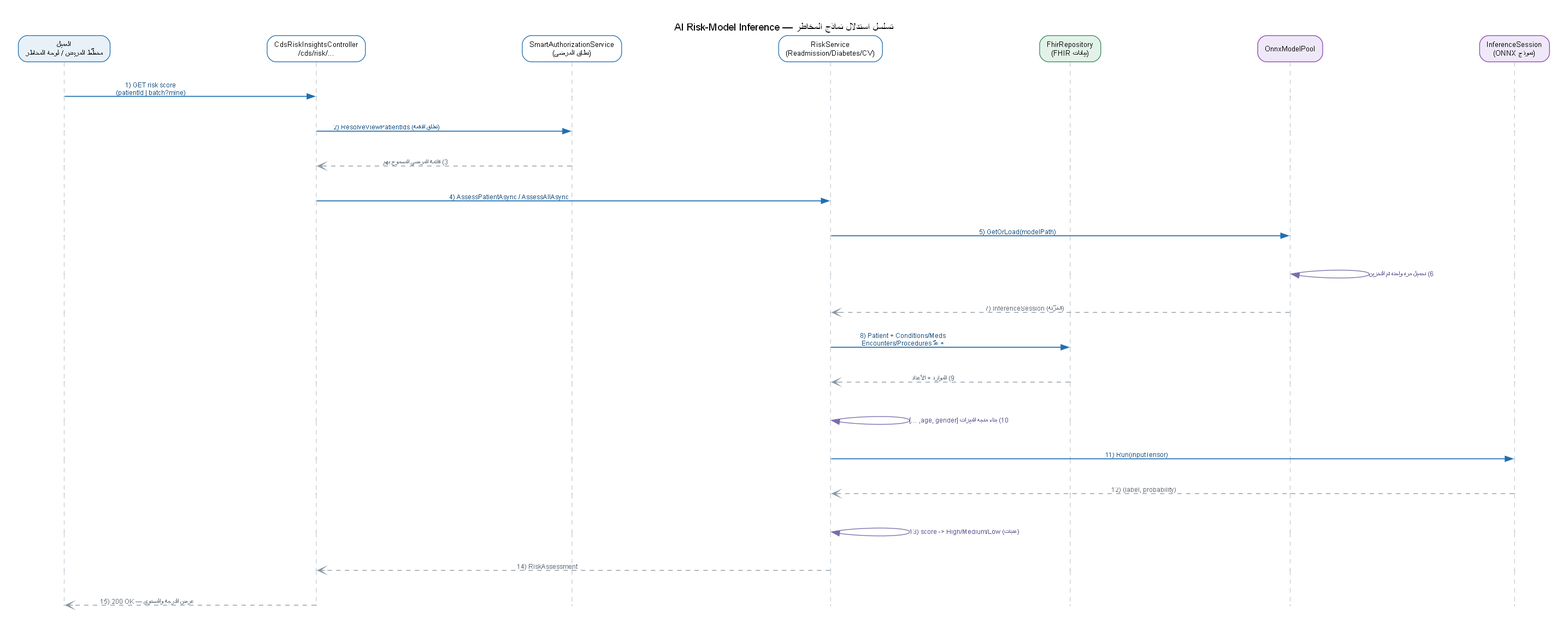
Before: docs/diagrams/seq-risk-inference.png, a diagram exported from Graphviz (Khair69/DMRS). Its source is kept beside it as docs/diagrams/seq-risk-inference.dot. Its diagram source:
```dot
digraph SEQ {
  rankdir=TB;
  graph [fontname="Arial", fontsize=14, labelloc="t", label="تسلسل استدلال نماذج المخاطر — AI Risk-Model Inference",
         pad=0.35, nodesep=1.5, ranksep=0.62, splines=line, forcelabels=true];
  edge [fontname="Arial", fontsize=9];
  node [fontname="Arial", fontsize=10];

  { rank=same;
    H_cli [shape=box, style="rounded,filled", fillcolor="#E8F1F8", color="#1F6FB2",
          fontcolor="black", margin="0.14,0.08", label="العميل\nمخطّط المريض / لوحة المخاطر"];
    H_ctl [shape=box, style="rounded,filled", fillcolor="#FFFFFF", color="#1F6FB2",
          fontcolor="black", margin="0.14,0.08", label="CdsRiskInsightsController\n/cds/risk/..."];
    H_auth [shape=box, style="rounded,filled", fillcolor="#FFFFFF", color="#1F6FB2",
          fontcolor="black", margin="0.14,0.08", label="SmartAuthorizationService\n(نطاق المرضى)"];
    H_svc [shape=box, style="rounded,filled", fillcolor="#FFFFFF", color="#1F6FB2",
          fontcolor="black", margin="0.14,0.08", label="RiskService\n(Readmission/Diabetes/CV)"];
    H_fhir [shape=box, style="rounded,filled", fillcolor="#E3F2E9", color="#2E8B57",
          fontcolor="black", margin="0.14,0.08", label="FhirRepository\n(بيانات FHIR)"];
    H_pool [shape=box, style="rounded,filled", fillcolor="#EFE8F8", color="#8E44AD",
          fontcolor="black", margin="0.14,0.08", label="OnnxModelPool"];
    H_onnx [shape=box, style="rounded,filled", fillcolor="#EFE8F8", color="#8E44AD",
          fontcolor="black", margin="0.14,0.08", label="InferenceSession\n(نموذج ONNX)"];
  }
  H_cli -> H_ctl -> H_auth -> H_svc -> H_fhir -> H_pool -> H_onnx [style=invis, weight=50];

  node [shape=point, width=0.012, color="#B9C4CC"];
  { rank=same; cli_1 ctl_1 auth_1 svc_1 fhir_1 pool_1 onnx_1 }
  { rank=same; cli_2 ctl_2 auth_2 svc_2 fhir_2 pool_2 onnx_2 }
  { rank=same; cli_3 ctl_3 auth_3 svc_3 fhir_3 pool_3 onnx_3 }
  { rank=same; cli_4 ctl_4 auth_4 svc_4 fhir_4 pool_4 onnx_4 }
  { rank=same; cli_5 ctl_5 auth_5 svc_5 fhir_5 pool_5 onnx_5 }
  { rank=same; cli_6 ctl_6 auth_6 svc_6 fhir_6 pool_6 onnx_6 }
  { rank=same; cli_7 ctl_7 auth_7 svc_7 fhir_7 pool_7 onnx_7 }
  { rank=same; cli_8 ctl_8 auth_8 svc_8 fhir_8 pool_8 onnx_8 }
  { rank=same; cli_9 ctl_9 auth_9 svc_9 fhir_9 pool_9 onnx_9 }
  { rank=same; cli_10 ctl_10 auth_10 svc_10 fhir_10 pool_10 onnx_10 }
  { rank=same; cli_11 ctl_11 auth_11 svc_11 fhir_11 pool_11 onnx_11 }
  { rank=same; cli_12 ctl_12 auth_12 svc_12 fhir_12 pool_12 onnx_12 }
  { rank=same; cli_13 ctl_13 auth_13 svc_13 fhir_13 pool_13 onnx_13 }
  { rank=same; cli_14 ctl_14 auth_14 svc_14 fhir_14 pool_14 onnx_14 }
  { rank=same; cli_15 ctl_15 auth_15 svc_15 fhir_15 pool_15 onnx_15 }

  H_cli -> cli_1 -> cli_2 -> cli_3 -> cli_4 -> cli_5 -> cli_6 -> cli_7 -> cli_8 -> cli_9 -> cli_10 -> cli_11 -> cli_12 -> cli_13 -> cli_14 -> cli_15 [style=dashed, color="#C4CDD5", arrowhead=none, weight=100];
  H_ctl -> ctl_1 -> ctl_2 -> ctl_3 -> ctl_4 -> ctl_5 -> ctl_6 -> ctl_7 -> ctl_8 -> ctl_9 -> ctl_10 -> ctl_11 -> ctl_12 -> ctl_13 -> ctl_14 -> ctl_15 [style=dashed, color="#C4CDD5", arrowhead=none, weight=100];
  H_auth -> auth_1 -> auth_2 -> auth_3 -> auth_4 -> auth_5 -> auth_6 -> auth_7 -> auth_8 -> auth_9 -> auth_10 -> auth_11 -> auth_12 -> auth_13 -> auth_14 -> auth_15 [style=dashed, color="#C4CDD5", arrowhead=none, weight=100];
  H_svc -> svc_1 -> svc_2 -> svc_3 -> svc_4 -> svc_5 -> svc_6 -> svc_7 -> svc_8 -> svc_9 -> svc_10 -> svc_11 -> svc_12 -> svc_13 -> svc_14 -> svc_15 [style=dashed, color="#C4CDD5", arrowhead=none, weight=100];
  H_fhir -> fhir_1 -> fhir_2 -> fhir_3 -> fhir_4 -> fhir_5 -> fhir_6 -> fhir_7 -> fhir_8 -> fhir_9 -> fhir_10 -> fhir_11 -> fhir_12 -> fhir_13 -> fhir_14 -> fhir_15 [style=dashed, color="#C4CDD5", arrowhead=none, weight=100];
  H_pool -> pool_1 -> pool_2 -> pool_3 -> pool_4 -> pool_5 -> pool_6 -> pool_7 -> pool_8 -> pool_9 -> pool_10 -> pool_11 -> pool_12 -> pool_13 -> pool_14 -> pool_15 [style=dashed, color="#C4CDD5", arrowhead=none, weight=100];
  H_onnx -> onnx_1 -> onnx_2 -> onnx_3 -> onnx_4 -> onnx_5 -> onnx_6 -> onnx_7 -> onnx_8 -> onnx_9 -> onnx_10 -> onnx_11 -> onnx_12 -> onnx_13 -> onnx_14 -> onnx_15 [style=dashed, color="#C4CDD5", arrowhead=none, weight=100];

  cli_1 -> ctl_1 [xlabel="1) GET risk score\n(patientId | batch?mine)", constraint=false, color="#1F6FB2", fontcolor="#154D7C", penwidth=1.3];
  ctl_2 -> auth_2 [xlabel="2) ResolveViewPatientIds (نطاق الدفعة)", constraint=false, color="#1F6FB2", fontcolor="#154D7C", penwidth=1.3];
  auth_3 -> ctl_3 [xlabel="3) قائمة المرضى المسموح بهم", constraint=false, style=dashed, color="#8A97A3", fontcolor="#5C6773", arrowhead=vee];
  ctl_4 -> svc_4 [xlabel="4) AssessPatientAsync / AssessAllAsync", constraint=false, color="#1F6FB2", fontcolor="#154D7C", penwidth=1.3];
  svc_5 -> pool_5 [xlabel="5) GetOrLoad(modelPath)", constraint=false, color="#1F6FB2", fontcolor="#154D7C", penwidth=1.3];
  pool_6 -> pool_6 [label="6) تحميل مرة واحدة ثم التخزين", constraint=false, color="#7A6BAA", fontcolor="#5B4C8A"];
  pool_7 -> svc_7 [xlabel="7) InferenceSession (مُخزّنة)", constraint=false, style=dashed, color="#8A97A3", fontcolor="#5C6773", arrowhead=vee];
  svc_8 -> fhir_8 [xlabel="8) Patient + Conditions/Meds\n+ عدّ Encounters/Procedures", constraint=false, color="#1F6FB2", fontcolor="#154D7C", penwidth=1.3];
  fhir_9 -> svc_9 [xlabel="9) الموارد + الأعداد", constraint=false, style=dashed, color="#8A97A3", fontcolor="#5C6773", arrowhead=vee];
  svc_10 -> svc_10 [label="10) بناء متجه الميزات [age, gender, …]", constraint=false, color="#7A6BAA", fontcolor="#5B4C8A"];
  svc_11 -> onnx_11 [xlabel="11) Run(inputTensor)", constraint=false, color="#1F6FB2", fontcolor="#154D7C", penwidth=1.3];
  onnx_12 -> svc_12 [xlabel="12) (label, probability)", constraint=false, style=dashed, color="#8A97A3", fontcolor="#5C6773", arrowhead=vee];
  svc_13 -> svc_13 [label="13) score -> High/Medium/Low (عتبات)", constraint=false, color="#7A6BAA", fontcolor="#5B4C8A"];
  svc_14 -> ctl_14 [xlabel="14) RiskAssessment", constraint=false, style=dashed, color="#8A97A3", fontcolor="#5C6773", arrowhead=vee];
  ctl_15 -> cli_15 [xlabel="15) 200 OK — عرض الدرجة والمستوى", constraint=false, style=dashed, color="#8A97A3", fontcolor="#5C6773", arrowhead=vee];
}
```
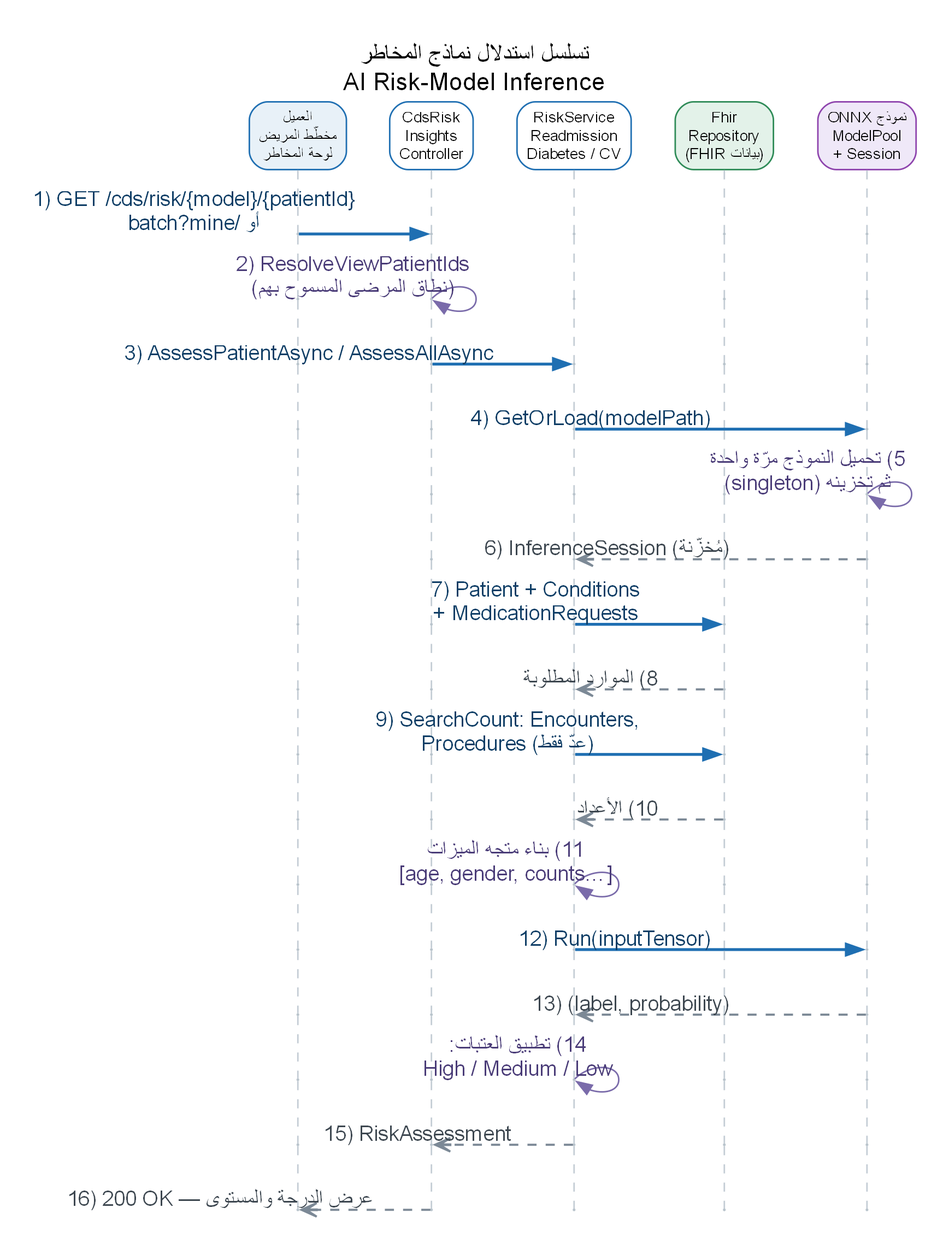
Above is the later version.

Change to the diagram source:
```diff
@@ -1,66 +1,62 @@
 digraph SEQ {
   rankdir=TB;
-  graph [fontname="Arial", fontsize=14, labelloc="t", label="تسلسل استدلال نماذج المخاطر — AI Risk-Model Inference",
-         pad=0.35, nodesep=1.5, ranksep=0.62, splines=line, forcelabels=true];
-  edge [fontname="Arial", fontsize=9];
+  graph [fontname="Arial", fontsize=16, labelloc="t", label="تسلسل استدلال نماذج المخاطر\nAI Risk-Model Inference",
+         pad=0.3, nodesep=0.40, ranksep=0.58, splines=line, forcelabels=false];
+  edge [fontname="Arial", fontsize=14];
   node [fontname="Arial", fontsize=10];
 
   { rank=same;
     H_cli [shape=box, style="rounded,filled", fillcolor="#E8F1F8", color="#1F6FB2",
-          fontcolor="black", margin="0.14,0.08", label="العميل\nمخطّط المريض / لوحة المخاطر"];
+          fontcolor="black", margin="0.09,0.06", label="العميل\nمخطّط المريض\nلوحة المخاطر"];
     H_ctl [shape=box, style="rounded,filled", fillcolor="#FFFFFF", color="#1F6FB2",
-          fontcolor="black", margin="0.14,0.08", label="CdsRiskInsightsController\n/cds/risk/..."];
-    H_auth [shape=box, style="rounded,filled", fillcolor="#FFFFFF", color="#1F6FB2",
-          fontcolor="black", margin="0.14,0.08", label="SmartAuthorizationService\n(نطاق المرضى)"];
+          fontcolor="black", margin="0.09,0.06", label="CdsRisk\nInsights\nController"];
     H_svc [shape=box, style="rounded,filled", fillcolor="#FFFFFF", color="#1F6FB2",
-          fontcolor="black", margin="0.14,0.08", label="RiskService\n(Readmission/Diabetes/CV)"];
+          fontcolor="black", margin="0.09,0.06", label="RiskService\nReadmission\nDiabetes / CV"];
     H_fhir [shape=box, style="rounded,filled", fillcolor="#E3F2E9", color="#2E8B57",
-          fontcolor="black", margin="0.14,0.08", label="FhirRepository\n(بيانات FHIR)"];
-    H_pool [shape=box, style="rounded,filled", fillcolor="#EFE8F8", color="#8E44AD",
-          fontcolor="black", margin="0.14,0.08", label="OnnxModelPool"];
+          fontcolor="black", margin="0.09,0.06", label="Fhir\nRepository\n(بيانات FHIR)"];
     H_onnx [shape=box, style="rounded,filled", fillcolor="#EFE8F8", color="#8E44AD",
-          fontcolor="black", margin="0.14,0.08", label="InferenceSession\n(نموذج ONNX)"];
+          fontcolor="black", margin="0.09,0.06", label="نموذج ONNX\nModelPool\n+ Session"];
   }
-  H_cli -> H_ctl -> H_auth -> H_svc -> H_fhir -> H_pool -> H_onnx [style=invis, weight=50];
+  H_cli -> H_ctl -> H_svc -> H_fhir -> H_onnx [style=invis, weight=50];
 
   node [shape=point, width=0.012, color="#B9C4CC"];
-  { rank=same; cli_1 ctl_1 auth_1 svc_1 fhir_1 pool_1 onnx_1 }
-  { rank=same; cli_2 ctl_2 auth_2 svc_2 fhir_2 pool_2 onnx_2 }
-  { rank=same; cli_3 ctl_3 auth_3 svc_3 fhir_3 pool_3 onnx_3 }
-  { rank=same; cli_4 ctl_4 auth_4 svc_4 fhir_4 pool_4 onnx_4 }
-  { rank=same; cli_5 ctl_5 auth_5 svc_5 fhir_5 pool_5 onnx_5 }
-  { rank=same; cli_6 ctl_6 auth_6 svc_6 fhir_6 pool_6 onnx_6 }
-  { rank=same; cli_7 ctl_7 auth_7 svc_7 fhir_7 pool_7 onnx_7 }
-  { rank=same; cli_8 ctl_8 auth_8 svc_8 fhir_8 pool_8 onnx_8 }
-  { rank=same; cli_9 ctl_9 auth_9 svc_9 fhir_9 pool_9 onnx_9 }
-  { rank=same; cli_10 ctl_10 auth_10 svc_10 fhir_10 pool_10 onnx_10 }
-  { rank=same; cli_11 ctl_11 auth_11 svc_11 fhir_11 pool_11 onnx_11 }
-  { rank=same; cli_12 ctl_12 auth_12 svc_12 fhir_12 pool_12 onnx_12 }
-  { rank=same; cli_13 ctl_13 auth_13 svc_13 fhir_13 pool_13 onnx_13 }
-  { rank=same; cli_14 ctl_14 auth_14 svc_14 fhir_14 pool_14 onnx_14 }
-  { rank=same; cli_15 ctl_15 auth_15 svc_15 fhir_15 pool_15 onnx_15 }
+  { rank=same; cli_1 ctl_1 svc_1 fhir_1 onnx_1 }
+  { rank=same; cli_2 ctl_2 svc_2 fhir_2 onnx_2 }
+  { rank=same; cli_3 ctl_3 svc_3 fhir_3 onnx_3 }
+  { rank=same; cli_4 ctl_4 svc_4 fhir_4 onnx_4 }
+  { rank=same; cli_5 ctl_5 svc_5 fhir_5 onnx_5 }
+  { rank=same; cli_6 ctl_6 svc_6 fhir_6 onnx_6 }
+  { rank=same; cli_7 ctl_7 svc_7 fhir_7 onnx_7 }
+  { rank=same; cli_8 ctl_8 svc_8 fhir_8 onnx_8 }
+  { rank=same; cli_9 ctl_9 svc_9 fhir_9 onnx_9 }
+  { rank=same; cli_10 ctl_10 svc_10 fhir_10 onnx_10 }
+  { rank=same; cli_11 ctl_11 svc_11 fhir_11 onnx_11 }
+  { rank=same; cli_12 ctl_12 svc_12 fhir_12 onnx_12 }
+  { rank=same; cli_13 ctl_13 svc_13 fhir_13 onnx_13 }
+  { rank=same; cli_14 ctl_14 svc_14 fhir_14 onnx_14 }
+  { rank=same; cli_15 ctl_15 svc_15 fhir_15 onnx_15 }
+  { rank=same; cli_16 ctl_16 svc_16 fhir_16 onnx_16 }
 
-  H_cli -> cli_1 -> cli_2 -> cli_3 -> cli_4 -> cli_5 -> cli_6 -> cli_7 -> cli_8 -> cli_9 -> cli_10 -> cli_11 -> cli_12 -> cli_13 -> cli_14 -> cli_15 [style=dashed, color="#C4CDD5", arrowhead=none, weight=100];
-  H_ctl -> ctl_1 -> ctl_2 -> ctl_3 -> ctl_4 -> ctl_5 -> ctl_6 -> ctl_7 -> ctl_8 -> ctl_9 -> ctl_10 -> ctl_11 -> ctl_12 -> ctl_13 -> ctl_14 -> ctl_15 [style=dashed, color="#C4CDD5", arrowhead=none, weight=100];
-  H_auth -> auth_1 -> auth_2 -> auth_3 -> auth_4 -> auth_5 -> auth_6 -> auth_7 -> auth_8 -> auth_9 -> auth_10 -> auth_11 -> auth_12 -> auth_13 -> auth_14 -> auth_15 [style=dashed, color="#C4CDD5", arrowhead=none, weight=100];
-  H_svc -> svc_1 -> svc_2 -> svc_3 -> svc_4 -> svc_5 -> svc_6 -> svc_7 -> svc_8 -> svc_9 -> svc_10 -> svc_11 -> svc_12 -> svc_13 -> svc_14 -> svc_15 [style=dashed, color="#C4CDD5", arrowhead=none, weight=100];
-  H_fhir -> fhir_1 -> fhir_2 -> fhir_3 -> fhir_4 -> fhir_5 -> fhir_6 -> fhir_7 -> fhir_8 -> fhir_9 -> fhir_10 -> fhir_11 -> fhir_12 -> fhir_13 -> fhir_14 -> fhir_15 [style=dashed, color="#C4CDD5", arrowhead=none, weight=100];
-  H_pool -> pool_1 -> pool_2 -> pool_3 -> pool_4 -> pool_5 -> pool_6 -> pool_7 -> pool_8 -> pool_9 -> pool_10 -> pool_11 -> pool_12 -> pool_13 -> pool_14 -> pool_15 [style=dashed, color="#C4CDD5", arrowhead=none, weight=100];
-  H_onnx -> onnx_1 -> onnx_2 -> onnx_3 -> onnx_4 -> onnx_5 -> onnx_6 -> onnx_7 -> onnx_8 -> onnx_9 -> onnx_10 -> onnx_11 -> onnx_12 -> onnx_13 -> onnx_14 -> onnx_15 [style=dashed, color="#C4CDD5", arrowhead=none, weight=100];
+  H_cli -> cli_1 -> cli_2 -> cli_3 -> cli_4 -> cli_5 -> cli_6 -> cli_7 -> cli_8 -> cli_9 -> cli_10 -> cli_11 -> cli_12 -> cli_13 -> cli_14 -> cli_15 -> cli_16 [style=dashed, color="#C4CDD5", arrowhead=none, weight=100];
+  H_ctl -> ctl_1 -> ctl_2 -> ctl_3 -> ctl_4 -> ctl_5 -> ctl_6 -> ctl_7 -> ctl_8 -> ctl_9 -> ctl_10 -> ctl_11 -> ctl_12 -> ctl_13 -> ctl_14 -> ctl_15 -> ctl_16 [style=dashed, color="#C4CDD5", arrowhead=none, weight=100];
+  H_svc -> svc_1 -> svc_2 -> svc_3 -> svc_4 -> svc_5 -> svc_6 -> svc_7 -> svc_8 -> svc_9 -> svc_10 -> svc_11 -> svc_12 -> svc_13 -> svc_14 -> svc_15 -> svc_16 [style=dashed, color="#C4CDD5", arrowhead=none, weight=100];
+  H_fhir -> fhir_1 -> fhir_2 -> fhir_3 -> fhir_4 -> fhir_5 -> fhir_6 -> fhir_7 -> fhir_8 -> fhir_9 -> fhir_10 -> fhir_11 -> fhir_12 -> fhir_13 -> fhir_14 -> fhir_15 -> fhir_16 [style=dashed, color="#C4CDD5", arrowhead=none, weight=100];
+  H_onnx -> onnx_1 -> onnx_2 -> onnx_3 -> onnx_4 -> onnx_5 -> onnx_6 -> onnx_7 -> onnx_8 -> onnx_9 -> onnx_10 -> onnx_11 -> onnx_12 -> onnx_13 -> onnx_14 -> onnx_15 -> onnx_16 [style=dashed, color="#C4CDD5", arrowhead=none, weight=100];
 
-  cli_1 -> ctl_1 [xlabel="1) GET risk score\n(patientId | batch?mine)", constraint=false, color="#1F6FB2", fontcolor="#154D7C", penwidth=1.3];
-  ctl_2 -> auth_2 [xlabel="2) ResolveViewPatientIds (نطاق الدفعة)", constraint=false, color="#1F6FB2", fontcolor="#154D7C", penwidth=1.3];
-  auth_3 -> ctl_3 [xlabel="3) قائمة المرضى المسموح بهم", constraint=false, style=dashed, color="#8A97A3", fontcolor="#5C6773", arrowhead=vee];
-  ctl_4 -> svc_4 [xlabel="4) AssessPatientAsync / AssessAllAsync", constraint=false, color="#1F6FB2", fontcolor="#154D7C", penwidth=1.3];
-  svc_5 -> pool_5 [xlabel="5) GetOrLoad(modelPath)", constraint=false, color="#1F6FB2", fontcolor="#154D7C", penwidth=1.3];
-  pool_6 -> pool_6 [label="6) تحميل مرة واحدة ثم التخزين", constraint=false, color="#7A6BAA", fontcolor="#5B4C8A"];
-  pool_7 -> svc_7 [xlabel="7) InferenceSession (مُخزّنة)", constraint=false, style=dashed, color="#8A97A3", fontcolor="#5C6773", arrowhead=vee];
-  svc_8 -> fhir_8 [xlabel="8) Patient + Conditions/Meds\n+ عدّ Encounters/Procedures", constraint=false, color="#1F6FB2", fontcolor="#154D7C", penwidth=1.3];
-  fhir_9 -> svc_9 [xlabel="9) الموارد + الأعداد", constraint=false, style=dashed, color="#8A97A3", fontcolor="#5C6773", arrowhead=vee];
-  svc_10 -> svc_10 [label="10) بناء متجه الميزات [age, gender, …]", constraint=false, color="#7A6BAA", fontcolor="#5B4C8A"];
-  svc_11 -> onnx_11 [xlabel="11) Run(inputTensor)", constraint=false, color="#1F6FB2", fontcolor="#154D7C", penwidth=1.3];
-  onnx_12 -> svc_12 [xlabel="12) (label, probability)", constraint=false, style=dashed, color="#8A97A3", fontcolor="#5C6773", arrowhead=vee];
-  svc_13 -> svc_13 [label="13) score -> High/Medium/Low (عتبات)", constraint=false, color="#7A6BAA", fontcolor="#5B4C8A"];
-  svc_14 -> ctl_14 [xlabel="14) RiskAssessment", constraint=false, style=dashed, color="#8A97A3", fontcolor="#5C6773", arrowhead=vee];
-  ctl_15 -> cli_15 [xlabel="15) 200 OK — عرض الدرجة والمستوى", constraint=false, style=dashed, color="#8A97A3", fontcolor="#5C6773", arrowhead=vee];
+  cli_1 -> ctl_1 [xlabel="1) GET /cds/risk/{model}/{patientId}\nأو /batch?mine", constraint=false, color="#1F6FB2", fontcolor="#0F3E66", penwidth=1.9];
+  ctl_2 -> ctl_2 [xlabel="2) ResolveViewPatientIds\n(نطاق المرضى المسموح بهم)", constraint=false, color="#7A6BAA", fontcolor="#4A3C78"];
+  ctl_3 -> svc_3 [xlabel="3) AssessPatientAsync / AssessAllAsync", constraint=false, color="#1F6FB2", fontcolor="#0F3E66", penwidth=1.9];
+  svc_4 -> onnx_4 [xlabel="4) GetOrLoad(modelPath)", constraint=false, color="#1F6FB2", fontcolor="#0F3E66", penwidth=1.9];
+  onnx_5 -> onnx_5 [xlabel="5) تحميل النموذج مرّة واحدة\nثم تخزينه (singleton)", constraint=false, color="#7A6BAA", fontcolor="#4A3C78"];
+  onnx_6 -> svc_6 [xlabel="6) InferenceSession (مُخزّنة)", constraint=false, style=dashed, color="#7C8996", fontcolor="#3D4750", arrowhead=vee, penwidth=1.4];
+  svc_7 -> fhir_7 [xlabel="7) Patient + Conditions\n+ MedicationRequests", constraint=false, color="#1F6FB2", fontcolor="#0F3E66", penwidth=1.9];
+  fhir_8 -> svc_8 [xlabel="8) الموارد المطلوبة", constraint=false, style=dashed, color="#7C8996", fontcolor="#3D4750", arrowhead=vee, penwidth=1.4];
+  svc_9 -> fhir_9 [xlabel="9) SearchCount: Encounters,\nProcedures (عدّ فقط)", constraint=false, color="#1F6FB2", fontcolor="#0F3E66", penwidth=1.9];
+  fhir_10 -> svc_10 [xlabel="10) الأعداد", constraint=false, style=dashed, color="#7C8996", fontcolor="#3D4750", arrowhead=vee, penwidth=1.4];
+  svc_11 -> svc_11 [xlabel="11) بناء متجه الميزات\n[age, gender, counts…]", constraint=false, color="#7A6BAA", fontcolor="#4A3C78"];
+  svc_12 -> onnx_12 [xlabel="12) Run(inputTensor)", constraint=false, color="#1F6FB2", fontcolor="#0F3E66", penwidth=1.9];
+  onnx_13 -> svc_13 [xlabel="13) (label, probability)", constraint=false, style=dashed, color="#7C8996", fontcolor="#3D4750", arrowhead=vee, penwidth=1.4];
+  svc_14 -> svc_14 [xlabel="14) تطبيق العتبات:\nHigh / Medium / Low", constraint=false, color="#7A6BAA", fontcolor="#4A3C78"];
+  svc_15 -> ctl_15 [xlabel="15) RiskAssessment", constraint=false, style=dashed, color="#7C8996", fontcolor="#3D4750", arrowhead=vee, penwidth=1.4];
+  ctl_16 -> cli_16 [xlabel="16) 200 OK — عرض الدرجة والمستوى", constraint=false, style=dashed, color="#7C8996", fontcolor="#3D4750", arrowhead=vee, penwidth=1.4];
 }
```
